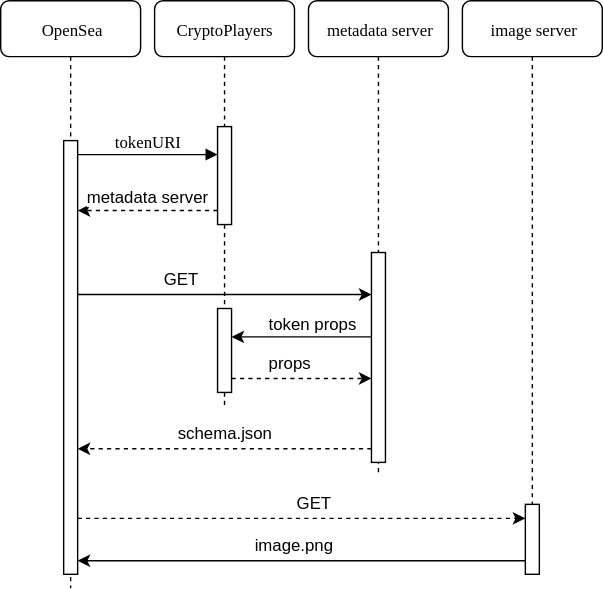
freeverseio/crypto-soccer keeps this draw.io diagram as metadata-server/doc/flow_diagram.svg. Above is the earlier version. Source tidied: cells renumbered, new cells last; positions are measured from the earlier drawing's top-left corner, leaving out a move shared by most shapes.
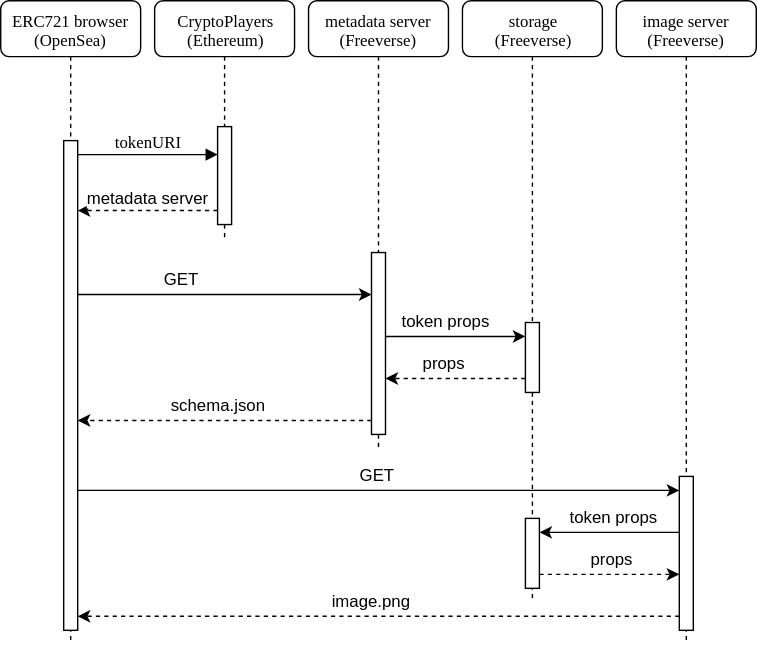
The same file after the commit.

Commit message:
fix the sequence diagram

Diff of the diagram source:
```diff
@@ -2,40 +2,45 @@
   <root>
     <mxCell id="0" />
     <mxCell id="1" parent="0" />
-    <mxCell id="2" value="CryptoPlayers" style="shape=umlLifeline;perimeter=lifelinePerimeter;whiteSpace=wrap;html=1;rounded=1;shadow=0;comic=0;labelBackgroundColor=none;strokeColor=#000000;strokeWidth=1;fillColor=#FFFFFF;fontFamily=Verdana;fontSize=12;fontColor=#000000;align=center;" parent="1" vertex="1">
-      <mxGeometry x="110" width="100" height="290" as="geometry" />
+    <mxCell id="2" value="CryptoPlayers&lt;br&gt;(Ethereum)&lt;br&gt;" style="shape=umlLifeline;perimeter=lifelinePerimeter;whiteSpace=wrap;html=1;rounded=1;shadow=0;comic=0;labelBackgroundColor=none;strokeColor=#000000;strokeWidth=1;fillColor=#FFFFFF;fontFamily=Verdana;fontSize=12;fontColor=#000000;align=center;" parent="1" vertex="1">
+      <mxGeometry x="110" width="100" height="170" as="geometry" />
     </mxCell>
     <mxCell id="3" style="html=1;points=[];perimeter=orthogonalPerimeter;rounded=0;shadow=0;comic=0;labelBackgroundColor=none;strokeColor=#000000;strokeWidth=1;fillColor=#FFFFFF;fontFamily=Verdana;fontSize=12;fontColor=#000000;align=center;" parent="2" vertex="1">
       <mxGeometry x="45" y="90" width="10" height="70" as="geometry" />
     </mxCell>
-    <mxCell id="4" style="html=1;points=[];perimeter=orthogonalPerimeter;rounded=0;shadow=0;comic=0;labelBackgroundColor=none;strokeColor=#000000;strokeWidth=1;fillColor=#FFFFFF;fontFamily=Verdana;fontSize=12;fontColor=#000000;align=center;" parent="2" vertex="1">
-      <mxGeometry x="45" y="220" width="10" height="60" as="geometry" />
-    </mxCell>
-    <mxCell id="5" value="metadata server" style="shape=umlLifeline;perimeter=lifelinePerimeter;whiteSpace=wrap;html=1;rounded=1;shadow=0;comic=0;labelBackgroundColor=none;strokeColor=#000000;strokeWidth=1;fillColor=#FFFFFF;fontFamily=Verdana;fontSize=12;fontColor=#000000;align=center;" parent="1" vertex="1">
-      <mxGeometry x="220" width="100" height="340" as="geometry" />
+    <mxCell id="5" value="metadata server&lt;br&gt;(Freeverse)&lt;br&gt;" style="shape=umlLifeline;perimeter=lifelinePerimeter;whiteSpace=wrap;html=1;rounded=1;shadow=0;comic=0;labelBackgroundColor=none;strokeColor=#000000;strokeWidth=1;fillColor=#FFFFFF;fontFamily=Verdana;fontSize=12;fontColor=#000000;align=center;" parent="1" vertex="1">
+      <mxGeometry x="220" width="100" height="320" as="geometry" />
     </mxCell>
     <mxCell id="6" style="html=1;points=[];perimeter=orthogonalPerimeter;rounded=0;shadow=0;comic=0;labelBackgroundColor=none;strokeColor=#000000;strokeWidth=1;fillColor=#FFFFFF;fontFamily=Verdana;fontSize=12;fontColor=#000000;align=center;" parent="5" vertex="1">
-      <mxGeometry x="45" y="180" width="10" height="150" as="geometry" />
+      <mxGeometry x="45" y="180" width="10" height="130" as="geometry" />
     </mxCell>
-    <mxCell id="7" value="image server" style="shape=umlLifeline;perimeter=lifelinePerimeter;whiteSpace=wrap;html=1;rounded=1;shadow=0;comic=0;labelBackgroundColor=none;strokeColor=#000000;strokeWidth=1;fillColor=#FFFFFF;fontFamily=Verdana;fontSize=12;fontColor=#000000;align=center;" parent="1" vertex="1">
-      <mxGeometry x="330" width="100" height="370" as="geometry" />
+    <mxCell id="7" value="image server&lt;br&gt;(Freeverse)&lt;br&gt;" style="shape=umlLifeline;perimeter=lifelinePerimeter;whiteSpace=wrap;html=1;rounded=1;shadow=0;comic=0;labelBackgroundColor=none;strokeColor=#000000;strokeWidth=1;fillColor=#FFFFFF;fontFamily=Verdana;fontSize=12;fontColor=#000000;align=center;" parent="1" vertex="1">
+      <mxGeometry x="440" width="100" height="460" as="geometry" />
     </mxCell>
-    <mxCell id="8" value="OpenSea" style="shape=umlLifeline;perimeter=lifelinePerimeter;whiteSpace=wrap;html=1;rounded=1;shadow=0;comic=0;labelBackgroundColor=none;strokeColor=#000000;strokeWidth=1;fillColor=#FFFFFF;fontFamily=Verdana;fontSize=12;fontColor=#000000;align=center;" parent="1" vertex="1">
-      <mxGeometry width="100" height="420" as="geometry" />
+    <mxCell id="8" value="ERC721 browser (OpenSea)" style="shape=umlLifeline;perimeter=lifelinePerimeter;whiteSpace=wrap;html=1;rounded=1;shadow=0;comic=0;labelBackgroundColor=none;strokeColor=#000000;strokeWidth=1;fillColor=#FFFFFF;fontFamily=Verdana;fontSize=12;fontColor=#000000;align=center;" parent="1" vertex="1">
+      <mxGeometry width="100" height="460" as="geometry" />
     </mxCell>
     <mxCell id="9" style="html=1;points=[];perimeter=orthogonalPerimeter;rounded=0;shadow=0;comic=0;labelBackgroundColor=none;strokeColor=#000000;strokeWidth=1;fillColor=#FFFFFF;fontFamily=Verdana;fontSize=12;fontColor=#000000;align=center;" parent="8" vertex="1">
-      <mxGeometry x="45" y="100" width="10" height="310" as="geometry" />
+      <mxGeometry x="45" y="100" width="10" height="350" as="geometry" />
     </mxCell>
-    <mxCell id="10" style="edgeStyle=orthogonalEdgeStyle;rounded=0;html=1;jettySize=auto;" parent="1" edge="1" source="11" target="9">
+    <mxCell id="10" style="edgeStyle=orthogonalEdgeStyle;rounded=0;html=1;jettySize=auto;dashed=1;" parent="1" edge="1" source="11" target="9">
       <mxGeometry relative="1" as="geometry">
         <Array as="points">
-          <mxPoint x="220" y="400" />
-          <mxPoint x="220" y="400" />
+          <mxPoint x="260" y="440" />
+          <mxPoint x="260" y="440" />
         </Array>
       </mxGeometry>
     </mxCell>
+    <mxCell id="27" style="edgeStyle=orthogonalEdgeStyle;rounded=0;html=1;jettySize=auto;" parent="1" edge="1" source="11" target="29">
+      <mxGeometry relative="1" as="geometry">
+        <Array as="points">
+          <mxPoint x="410" y="380" />
+          <mxPoint x="410" y="380" />
+        </Array>
+      </mxGeometry>
+    </mxCell>
     <mxCell id="11" style="html=1;points=[];perimeter=orthogonalPerimeter;rounded=0;shadow=0;comic=0;labelBackgroundColor=none;strokeColor=#000000;strokeWidth=1;fillColor=#FFFFFF;fontFamily=Verdana;fontSize=12;fontColor=#000000;align=center;" parent="1" vertex="1">
-      <mxGeometry x="375" y="360" width="10" height="50" as="geometry" />
+      <mxGeometry x="485" y="340" width="10" height="110" as="geometry" />
     </mxCell>
     <mxCell id="12" value="tokenURI" style="html=1;verticalAlign=bottom;endArrow=block;labelBackgroundColor=none;fontFamily=Verdana;fontSize=12;edgeStyle=elbowEdgeStyle;elbow=vertical;" parent="1" edge="1" source="9" target="3">
       <mxGeometry relative="1" as="geometry">
@@ -44,15 +49,6 @@
         </Array>
       </mxGeometry>
     </mxCell>
-    <mxCell id="13" value="dispatch" style="html=1;verticalAlign=bottom;endArrow=block;labelBackgroundColor=none;fontFamily=Verdana;fontSize=12;elbow=vertical;edgeStyle=orthogonalEdgeStyle;curved=1;entryX=1;entryY=0.286;entryPerimeter=0;exitX=1.038;exitY=0.345;exitPerimeter=0;" parent="1" edge="1" target="x">
-      <mxGeometry relative="1" as="geometry">
-        <mxPoint x="495" y="202" as="sourcePoint" />
-        <Array as="points">
-          <mxPoint x="550" y="202" />
-          <mxPoint x="550" y="240" />
-        </Array>
-      </mxGeometry>
-    </mxCell>
     <mxCell id="14" style="edgeStyle=orthogonalEdgeStyle;rounded=0;html=1;jettySize=auto;dashed=1;" parent="1" edge="1" source="3" target="9">
       <mxGeometry relative="1" as="geometry">
         <Array as="points">
@@ -78,51 +74,74 @@
       <mxGeometry x="115" y="190" width="40" height="20" as="geometry" />
     </mxCell>
     <mxCell id="18" value="GET" style="text;html=1;align=left;verticalAlign=top;spacingTop=-4;" parent="1" vertex="1">
-      <mxGeometry x="210" y="350" width="40" height="20" as="geometry" />
+      <mxGeometry x="255" y="330" width="40" height="20" as="geometry" />
     </mxCell>
     <mxCell id="19" value="image.png&lt;br&gt;" style="text;html=1;align=left;verticalAlign=top;spacingTop=-4;" parent="1" vertex="1">
-      <mxGeometry x="180" y="380" width="70" height="20" as="geometry" />
+      <mxGeometry x="235" y="420" width="70" height="20" as="geometry" />
     </mxCell>
     <mxCell id="20" value="schema.json&lt;br&gt;" style="text;html=1;align=left;verticalAlign=top;spacingTop=-4;" parent="1" vertex="1">
-      <mxGeometry x="125" y="300" width="80" height="20" as="geometry" />
+      <mxGeometry x="120" y="280" width="80" height="20" as="geometry" />
     </mxCell>
     <mxCell id="21" style="edgeStyle=orthogonalEdgeStyle;rounded=0;html=1;jettySize=auto;" parent="1" edge="1" source="6" target="4">
       <mxGeometry relative="1" as="geometry">
         <Array as="points">
-          <mxPoint x="190" y="240" />
-          <mxPoint x="190" y="240" />
+          <mxPoint x="330" y="240" />
+          <mxPoint x="330" y="240" />
         </Array>
       </mxGeometry>
     </mxCell>
     <mxCell id="22" value="token props" style="text;html=1;align=left;verticalAlign=top;spacingTop=-4;" parent="1" vertex="1">
-      <mxGeometry x="190" y="222" width="80" height="20" as="geometry" />
+      <mxGeometry x="285" y="220" width="80" height="20" as="geometry" />
     </mxCell>
     <mxCell id="23" style="edgeStyle=orthogonalEdgeStyle;rounded=0;html=1;jettySize=auto;dashed=1;" parent="1" edge="1" source="4" target="6">
       <mxGeometry relative="1" as="geometry">
         <Array as="points">
-          <mxPoint x="240" y="270" />
-          <mxPoint x="240" y="270" />
+          <mxPoint x="330" y="270" />
+          <mxPoint x="330" y="270" />
         </Array>
       </mxGeometry>
     </mxCell>
     <mxCell id="24" value="props" style="text;html=1;align=left;verticalAlign=top;spacingTop=-4;" parent="1" vertex="1">
-      <mxGeometry x="190" y="250" width="50" height="20" as="geometry" />
+      <mxGeometry x="300" y="250" width="50" height="20" as="geometry" />
     </mxCell>
     <mxCell id="25" style="edgeStyle=orthogonalEdgeStyle;rounded=0;html=1;dashed=1;jettySize=auto;" parent="1" edge="1" source="6" target="9">
       <mxGeometry relative="1" as="geometry">
         <Array as="points">
-          <mxPoint x="110" y="320" />
-          <mxPoint x="110" y="320" />
+          <mxPoint x="170" y="300" />
+          <mxPoint x="170" y="300" />
         </Array>
       </mxGeometry>
     </mxCell>
-    <mxCell id="26" style="edgeStyle=orthogonalEdgeStyle;rounded=0;html=1;dashed=1;jettySize=auto;" parent="1" edge="1" source="9" target="11">
+    <mxCell id="26" style="edgeStyle=orthogonalEdgeStyle;rounded=0;html=1;jettySize=auto;" parent="1" edge="1" source="9" target="11">
       <mxGeometry relative="1" as="geometry">
         <Array as="points">
-          <mxPoint x="150" y="370" />
-          <mxPoint x="150" y="370" />
+          <mxPoint x="270" y="350" />
+          <mxPoint x="270" y="350" />
         </Array>
       </mxGeometry>
     </mxCell>
+    <mxCell id="28" value="storage&lt;br&gt;(Freeverse)&lt;br&gt;" style="shape=umlLifeline;perimeter=lifelinePerimeter;whiteSpace=wrap;html=1;rounded=1;shadow=0;comic=0;labelBackgroundColor=none;strokeColor=#000000;strokeWidth=1;fillColor=#FFFFFF;fontFamily=Verdana;fontSize=12;fontColor=#000000;align=center;" parent="1" vertex="1">
+      <mxGeometry x="330" width="100" height="430" as="geometry" />
+    </mxCell>
+    <mxCell id="4" style="html=1;points=[];perimeter=orthogonalPerimeter;rounded=0;shadow=0;comic=0;labelBackgroundColor=none;strokeColor=#000000;strokeWidth=1;fillColor=#FFFFFF;fontFamily=Verdana;fontSize=12;fontColor=#000000;align=center;" parent="28" vertex="1">
+      <mxGeometry x="45" y="230" width="10" height="50" as="geometry" />
+    </mxCell>
+    <mxCell id="29" style="html=1;points=[];perimeter=orthogonalPerimeter;rounded=0;shadow=0;comic=0;labelBackgroundColor=none;strokeColor=#000000;strokeWidth=1;fillColor=#FFFFFF;fontFamily=Verdana;fontSize=12;fontColor=#000000;align=center;" parent="28" vertex="1">
+      <mxGeometry x="45" y="370" width="10" height="50" as="geometry" />
+    </mxCell>
+    <mxCell id="30" style="edgeStyle=orthogonalEdgeStyle;rounded=0;html=1;jettySize=auto;dashed=1;" parent="1" edge="1" source="29" target="11">
+      <mxGeometry relative="1" as="geometry">
+        <Array as="points">
+          <mxPoint x="410" y="410" />
+          <mxPoint x="410" y="410" />
+        </Array>
+      </mxGeometry>
+    </mxCell>
+    <mxCell id="31" value="token props" style="text;html=1;align=left;verticalAlign=top;spacingTop=-4;" parent="1" vertex="1">
+      <mxGeometry x="405" y="360" width="80" height="20" as="geometry" />
+    </mxCell>
+    <mxCell id="32" value="props" style="text;html=1;align=left;verticalAlign=top;spacingTop=-4;" parent="1" vertex="1">
+      <mxGeometry x="420" y="390" width="50" height="20" as="geometry" />
+    </mxCell>
   </root>
 </mxGraphModel>
```
